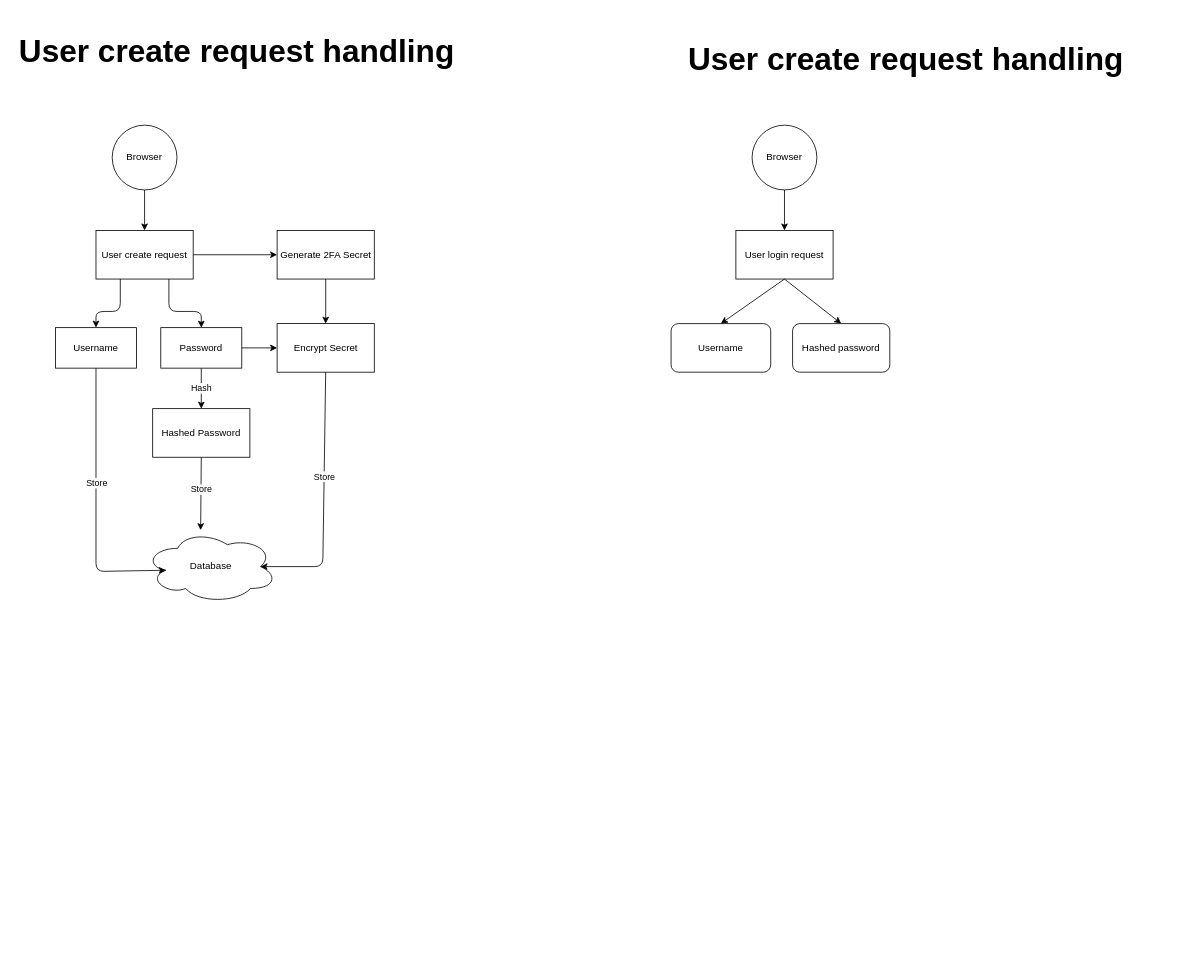
This is diagrams/CLIpher.drawio from sshcrack/diagrams.net, a draw.io file, before an edit. Source tidied: cells renumbered, new cells numbered last; positions are measured from the earlier drawing's top-left corner, leaving out a move shared by most shapes. Both pictures are drawn from the tidied source at 81%, with x=0, y=0 at pixel (14, 19).
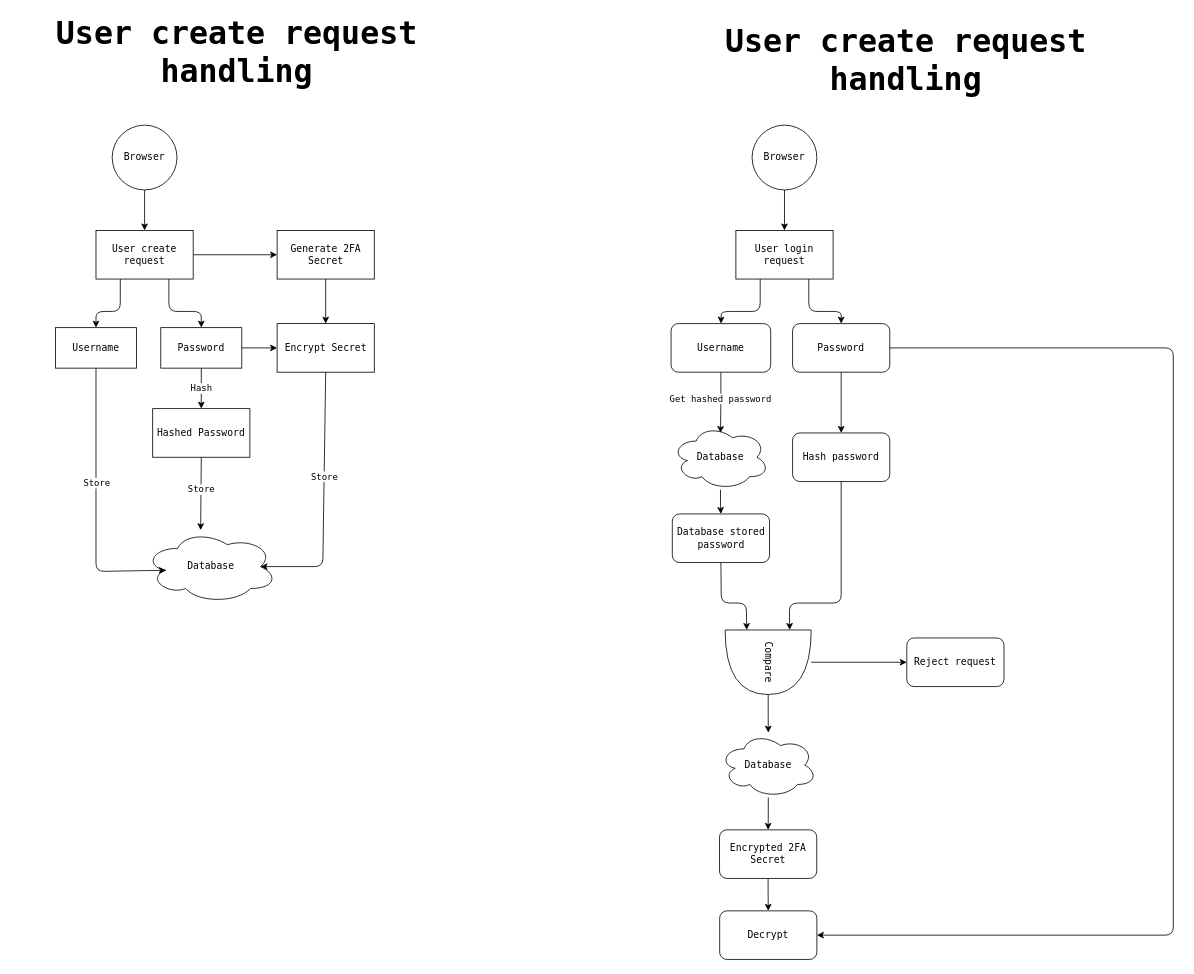
The same page after the edit.

The edit, as a diff of the source:
```diff
@@
-    <mxCell id="2" value="User create request" style="whiteSpace=wrap;html=1;" parent="1" vertex="1">
+    <mxCell id="2" value="User create request" style="whiteSpace=wrap;html=1;fontFamily=Lucida Console;" parent="1" vertex="1">
       <mxGeometry x="101" y="260" width="120" height="60" as="geometry" />
     </mxCell>
-    <mxCell id="3" style="endArrow=classic;html=1;exitX=0.5;exitY=1;exitDx=0;exitDy=0;" parent="1" edge="1" target="2">
+    <mxCell id="3" style="endArrow=classic;html=1;exitX=0.5;exitY=1;exitDx=0;exitDy=0;fontFamily=Lucida Console;" parent="1" edge="1" target="2">
       <mxGeometry relative="1" as="geometry">
         <mxPoint x="161" y="210" as="sourcePoint" />
       </mxGeometry>
     </mxCell>
-    <mxCell id="4" value="Generate 2FA Secret" style="whiteSpace=wrap;html=1;" parent="1" vertex="1">
+    <mxCell id="4" value="Generate 2FA Secret" style="whiteSpace=wrap;html=1;fontFamily=Lucida Console;" parent="1" vertex="1">
       <mxGeometry x="324.6" y="260" width="120" height="60" as="geometry" />
     </mxCell>
-    <mxCell id="5" style="endArrow=classic;html=1;exitX=1;exitY=0.5;exitDx=0;exitDy=0;entryX=0;entryY=0.5;entryDx=0;entryDy=0;" parent="1" edge="1" source="2" target="4">
+    <mxCell id="5" style="endArrow=classic;html=1;exitX=1;exitY=0.5;exitDx=0;exitDy=0;entryX=0;entryY=0.5;entryDx=0;entryDy=0;fontFamily=Lucida Console;" parent="1" edge="1" source="2" target="4">
       <mxGeometry relative="1" as="geometry" />
     </mxCell>
-    <mxCell id="6" value="Browser" style="ellipse;whiteSpace=wrap;html=1;" parent="1" vertex="1">
+    <mxCell id="6" value="Browser" style="ellipse;whiteSpace=wrap;html=1;fontFamily=Lucida Console;" parent="1" vertex="1">
       <mxGeometry x="121" y="130" width="80" height="80" as="geometry" />
     </mxCell>
-    <mxCell id="7" value="Encrypt Secret" style="whiteSpace=wrap;html=1;" parent="1" vertex="1">
+    <mxCell id="7" value="Encrypt Secret" style="whiteSpace=wrap;html=1;fontFamily=Lucida Console;" parent="1" vertex="1">
       <mxGeometry x="324.6" y="375" width="120" height="60" as="geometry" />
     </mxCell>
-    <mxCell id="8" value="Database" style="ellipse;shape=cloud;whiteSpace=wrap;html=1;" parent="1" vertex="1">
+    <mxCell id="8" value="Database" style="ellipse;shape=cloud;whiteSpace=wrap;html=1;fontFamily=Lucida Console;" parent="1" vertex="1">
       <mxGeometry x="161" y="630" width="163.6" height="90" as="geometry" />
     </mxCell>
-    <mxCell id="9" style="endArrow=classic;html=1;exitX=0.5;exitY=1;exitDx=0;exitDy=0;entryX=0.5;entryY=0;entryDx=0;entryDy=0;" parent="1" edge="1" source="4" target="7">
+    <mxCell id="9" style="endArrow=classic;html=1;exitX=0.5;exitY=1;exitDx=0;exitDy=0;entryX=0.5;entryY=0;entryDx=0;entryDy=0;fontFamily=Lucida Console;" parent="1" edge="1" source="4" target="7">
       <mxGeometry relative="1" as="geometry" />
     </mxCell>
-    <mxCell id="10" value="Hash" style="edgeStyle=orthogonalEdgeStyle;jettySize=auto;html=1;" parent="1" edge="1" source="11" target="20">
+    <mxCell id="10" value="Hash" style="edgeStyle=orthogonalEdgeStyle;jettySize=auto;html=1;fontFamily=Lucida Console;" parent="1" edge="1" source="11" target="20">
       <mxGeometry relative="1" as="geometry" />
     </mxCell>
-    <mxCell id="11" value="Password" style="whiteSpace=wrap;html=1;" parent="1" vertex="1">
+    <mxCell id="11" value="Password" style="whiteSpace=wrap;html=1;fontFamily=Lucida Console;" parent="1" vertex="1">
       <mxGeometry x="181" y="380" width="100" height="50" as="geometry" />
     </mxCell>
-    <mxCell id="12" value="Username" style="whiteSpace=wrap;html=1;" parent="1" vertex="1">
+    <mxCell id="12" value="Username" style="whiteSpace=wrap;html=1;fontFamily=Lucida Console;" parent="1" vertex="1">
       <mxGeometry x="51" y="380" width="100" height="50" as="geometry" />
     </mxCell>
-    <mxCell id="13" style="endArrow=classic;html=1;exitX=0.25;exitY=1;exitDx=0;exitDy=0;entryX=0.5;entryY=0;entryDx=0;entryDy=0;" parent="1" edge="1" source="2" target="12">
+    <mxCell id="13" style="endArrow=classic;html=1;exitX=0.25;exitY=1;exitDx=0;exitDy=0;entryX=0.5;entryY=0;entryDx=0;entryDy=0;fontFamily=Lucida Console;" parent="1" edge="1" source="2" target="12">
       <mxGeometry relative="1" as="geometry">
         <Array as="points">
           <mxPoint x="131" y="360" />
           <mxPoint x="101" y="360" />
         </Array>
       </mxGeometry>
     </mxCell>
-    <mxCell id="14" style="endArrow=classic;html=1;exitX=0.75;exitY=1;exitDx=0;exitDy=0;entryX=0.5;entryY=0;entryDx=0;entryDy=0;" parent="1" edge="1" source="2" target="11">
+    <mxCell id="14" style="endArrow=classic;html=1;exitX=0.75;exitY=1;exitDx=0;exitDy=0;entryX=0.5;entryY=0;entryDx=0;entryDy=0;fontFamily=Lucida Console;" parent="1" edge="1" source="2" target="11">
       <mxGeometry relative="1" as="geometry">
         <Array as="points">
           <mxPoint x="191" y="360" />
           <mxPoint x="231" y="360" />
         </Array>
       </mxGeometry>
     </mxCell>
-    <mxCell id="15" style="endArrow=classic;html=1;exitX=1;exitY=0.5;exitDx=0;exitDy=0;entryX=0;entryY=0.5;entryDx=0;entryDy=0;" parent="1" edge="1" source="11" target="7">
+    <mxCell id="15" style="endArrow=classic;html=1;exitX=1;exitY=0.5;exitDx=0;exitDy=0;entryX=0;entryY=0.5;entryDx=0;entryDy=0;fontFamily=Lucida Console;" parent="1" edge="1" source="11" target="7">
       <mxGeometry relative="1" as="geometry" />
     </mxCell>
-    <mxCell id="16" style="endArrow=classic;html=1;exitX=0.5;exitY=1;exitDx=0;exitDy=0;entryX=0.16;entryY=0.55;entryDx=0;entryDy=0;entryPerimeter=0;" parent="1" edge="1" source="12" target="8">
+    <mxCell id="16" style="endArrow=classic;html=1;exitX=0.5;exitY=1;exitDx=0;exitDy=0;entryX=0.16;entryY=0.55;entryDx=0;entryDy=0;entryPerimeter=0;fontFamily=Lucida Console;" parent="1" edge="1" source="12" target="8">
       <mxGeometry relative="1" as="geometry">
         <Array as="points">
           <mxPoint x="101" y="681" />
         </Array>
       </mxGeometry>
     </mxCell>
-    <mxCell id="17" value="&lt;div&gt;Store&lt;/div&gt;" style="edgeLabel;html=1;align=center;verticalAlign=middle;" parent="16" vertex="1">
+    <mxCell id="17" value="&lt;div&gt;Store&lt;/div&gt;" style="edgeLabel;html=1;align=center;verticalAlign=middle;fontFamily=Lucida Console;" parent="16" vertex="1">
       <mxGeometry relative="1" as="geometry">
         <mxPoint y="-28" as="offset" />
       </mxGeometry>
     </mxCell>
-    <mxCell id="18" style="endArrow=classic;html=1;exitX=0.5;exitY=1;exitDx=0;exitDy=0;entryX=0.875;entryY=0.5;entryDx=0;entryDy=0;entryPerimeter=0;" parent="1" edge="1" source="7" target="8">
+    <mxCell id="18" style="endArrow=classic;html=1;exitX=0.5;exitY=1;exitDx=0;exitDy=0;entryX=0.875;entryY=0.5;entryDx=0;entryDy=0;entryPerimeter=0;fontFamily=Lucida Console;" parent="1" edge="1" source="7" target="8">
       <mxGeometry relative="1" as="geometry">
         <Array as="points">
           <mxPoint x="381" y="675" />
         </Array>
       </mxGeometry>
     </mxCell>
-    <mxCell id="19" value="&lt;div&gt;Store&lt;/div&gt;" style="edgeLabel;html=1;align=center;verticalAlign=middle;" parent="18" vertex="1">
+    <mxCell id="19" value="&lt;div&gt;Store&lt;/div&gt;" style="edgeLabel;html=1;align=center;verticalAlign=middle;fontFamily=Lucida Console;" parent="18" vertex="1">
       <mxGeometry relative="1" as="geometry">
         <mxPoint y="-29" as="offset" />
       </mxGeometry>
     </mxCell>
-    <mxCell id="20" value="Hashed Password" style="whiteSpace=wrap;html=1;" parent="1" vertex="1">
+    <mxCell id="20" value="Hashed Password" style="whiteSpace=wrap;html=1;fontFamily=Lucida Console;" parent="1" vertex="1">
       <mxGeometry x="171" y="480" width="120" height="60" as="geometry" />
     </mxCell>
-    <mxCell id="21" value="Store" style="endArrow=classic;html=1;" parent="1" edge="1">
+    <mxCell id="21" value="Store" style="endArrow=classic;html=1;fontFamily=Lucida Console;" parent="1" edge="1">
       <mxGeometry x="-0.11" relative="1" as="geometry">
         <mxPoint x="231" y="540" as="sourcePoint" />
         <mxPoint x="230.2" y="630" as="targetPoint" />
       </mxGeometry>
     </mxCell>
-    <mxCell id="22" value="&lt;font style=&quot;font-size: 39px&quot;&gt;&lt;b&gt;&lt;font style=&quot;font-size: 39px&quot;&gt;User create request handling&lt;br&gt;&lt;/font&gt;&lt;/b&gt;&lt;/font&gt;" style="text;html=1;strokeColor=none;fillColor=none;align=center;verticalAlign=middle;whiteSpace=wrap;rounded=0;" parent="1" vertex="1">
+    <mxCell id="22" value="&lt;font style=&quot;font-size: 39px&quot;&gt;&lt;b&gt;&lt;font style=&quot;font-size: 39px&quot;&gt;User create request handling&lt;br&gt;&lt;/font&gt;&lt;/b&gt;&lt;/font&gt;" style="text;html=1;strokeColor=none;fillColor=none;align=center;verticalAlign=middle;whiteSpace=wrap;rounded=0;fontFamily=Lucida Console;" parent="1" vertex="1">
       <mxGeometry width="550" height="80" as="geometry" />
     </mxCell>
-    <mxCell id="23" value="&lt;font style=&quot;font-size: 39px&quot;&gt;&lt;b&gt;&lt;font style=&quot;font-size: 39px&quot;&gt;User create request handling&lt;br&gt;&lt;/font&gt;&lt;/b&gt;&lt;/font&gt;" style="text;html=1;strokeColor=none;fillColor=none;align=center;verticalAlign=middle;whiteSpace=wrap;rounded=0;" parent="1" vertex="1">
+    <mxCell id="23" value="&lt;font style=&quot;font-size: 39px&quot;&gt;&lt;b&gt;&lt;font style=&quot;font-size: 39px&quot;&gt;User create request handling&lt;br&gt;&lt;/font&gt;&lt;/b&gt;&lt;/font&gt;" style="text;html=1;strokeColor=none;fillColor=none;align=center;verticalAlign=middle;whiteSpace=wrap;rounded=0;fontFamily=Lucida Console;" parent="1" vertex="1">
       <mxGeometry x="826" y="10" width="550" height="80" as="geometry" />
     </mxCell>
-    <mxCell id="24" value="&lt;div&gt;User login request&lt;/div&gt;" style="whiteSpace=wrap;html=1;" parent="1" vertex="1">
+    <mxCell id="24" value="&lt;div&gt;User login request&lt;/div&gt;" style="whiteSpace=wrap;html=1;fontFamily=Lucida Console;" parent="1" vertex="1">
       <mxGeometry x="891" y="260" width="120" height="60" as="geometry" />
     </mxCell>
-    <mxCell id="25" style="endArrow=classic;html=1;exitX=0.5;exitY=1;exitDx=0;exitDy=0;" parent="1" edge="1" target="24">
+    <mxCell id="25" style="endArrow=classic;html=1;exitX=0.5;exitY=1;exitDx=0;exitDy=0;fontFamily=Lucida Console;" parent="1" edge="1" target="24">
       <mxGeometry relative="1" as="geometry">
         <mxPoint x="951" y="210" as="sourcePoint" />
       </mxGeometry>
     </mxCell>
-    <mxCell id="26" value="Browser" style="ellipse;whiteSpace=wrap;html=1;" parent="1" vertex="1">
+    <mxCell id="26" value="Browser" style="ellipse;whiteSpace=wrap;html=1;fontFamily=Lucida Console;" parent="1" vertex="1">
       <mxGeometry x="911" y="130" width="80" height="80" as="geometry" />
     </mxCell>
+    <mxCell id="31" value="&lt;font&gt;Get hashed password&lt;/font&gt;" style="edgeStyle=orthogonalEdgeStyle;rounded=0;jettySize=auto;html=1;fontFamily=Lucida Console;entryX=0.5;entryY=0.125;entryDx=0;entryDy=0;entryPerimeter=0;" parent="1" edge="1" source="27" target="33">
+      <mxGeometry x="-0.13" relative="1" as="geometry" />
+    </mxCell>
-    <mxCell id="27" value="Username" style="rounded=1;whiteSpace=wrap;html=1;" parent="1" vertex="1">
+    <mxCell id="27" value="Username" style="rounded=1;whiteSpace=wrap;html=1;fontFamily=Lucida Console;" parent="1" vertex="1">
       <mxGeometry x="811" y="375" width="123" height="60" as="geometry" />
     </mxCell>
-    <mxCell id="28" value="Hashed password" style="rounded=1;whiteSpace=wrap;html=1;" parent="1" vertex="1">
+    <mxCell id="28" value="Password" style="rounded=1;whiteSpace=wrap;html=1;fontFamily=Lucida Console;" parent="1" vertex="1">
       <mxGeometry x="961" y="375" width="120" height="60" as="geometry" />
     </mxCell>
-    <mxCell id="29" style="endArrow=classic;html=1;exitX=0.5;exitY=1;exitDx=0;exitDy=0;entryX=0.5;entryY=0;entryDx=0;entryDy=0;" parent="1" edge="1" source="24" target="27">
-      <mxGeometry relative="1" as="geometry" />
+    <mxCell id="29" style="endArrow=classic;html=1;entryX=0.5;entryY=0;entryDx=0;entryDy=0;exitX=0.25;exitY=1;exitDx=0;exitDy=0;fontFamily=Lucida Console;" parent="1" edge="1" source="24" target="27">
+      <mxGeometry relative="1" as="geometry">
+        <Array as="points">
+          <mxPoint x="921" y="360" />
+          <mxPoint x="873" y="360" />
+        </Array>
+      </mxGeometry>
     </mxCell>
-    <mxCell id="30" style="endArrow=classic;html=1;exitX=0.5;exitY=1;exitDx=0;exitDy=0;entryX=0.5;entryY=0;entryDx=0;entryDy=0;" parent="1" edge="1" source="24" target="28">
-      <mxGeometry relative="1" as="geometry" />
+    <mxCell id="30" style="endArrow=classic;html=1;exitX=0.75;exitY=1;exitDx=0;exitDy=0;entryX=0.5;entryY=0;entryDx=0;entryDy=0;fontFamily=Lucida Console;" parent="1" edge="1" source="24" target="28">
+      <mxGeometry relative="1" as="geometry">
+        <Array as="points">
+          <mxPoint x="981" y="360" />
+          <mxPoint x="1021" y="360" />
+        </Array>
+      </mxGeometry>
     </mxCell>
+    <mxCell id="32" style="edgeStyle=orthogonalEdgeStyle;rounded=0;jettySize=auto;html=1;entryX=0.5;entryY=0;entryDx=0;entryDy=0;fontFamily=Lucida Console;" parent="1" edge="1" source="33" target="34">
+      <mxGeometry relative="1" as="geometry" />
+    </mxCell>
+    <mxCell id="33" value="Database" style="ellipse;shape=cloud;whiteSpace=wrap;html=1;fontFamily=Lucida Console;" parent="1" vertex="1">
+      <mxGeometry x="812" y="500" width="120" height="80" as="geometry" />
+    </mxCell>
+    <mxCell id="34" value="Database stored password" style="rounded=1;whiteSpace=wrap;html=1;fontFamily=Lucida Console;" parent="1" vertex="1">
+      <mxGeometry x="812.5" y="610" width="120" height="60" as="geometry" />
+    </mxCell>
+    <mxCell id="35" value="&lt;div&gt;&lt;br&gt;&lt;/div&gt;" style="edgeStyle=orthogonalEdgeStyle;rounded=0;jettySize=auto;html=1;fontFamily=Lucida Console;" parent="1" edge="1" source="36" target="44">
+      <mxGeometry relative="1" as="geometry" />
+    </mxCell>
+    <mxCell id="36" value="Compare" style="shape=or;whiteSpace=wrap;html=1;fontFamily=Lucida Console;rotation=90;" parent="1" vertex="1">
+      <mxGeometry x="891" y="740" width="79.7" height="106.2" as="geometry" />
+    </mxCell>
+    <mxCell id="37" style="endArrow=classic;html=1;fontFamily=Lucida Console;exitX=0.5;exitY=1;exitDx=0;exitDy=0;entryX=0;entryY=0.75;entryDx=0;entryDy=0;entryPerimeter=0;" parent="1" edge="1" source="34" target="36">
+      <mxGeometry relative="1" as="geometry">
+        <Array as="points">
+          <mxPoint x="873" y="720" />
+          <mxPoint x="904" y="720" />
+        </Array>
+      </mxGeometry>
+    </mxCell>
+    <mxCell id="38" style="endArrow=classic;html=1;fontFamily=Lucida Console;entryX=0;entryY=0.5;entryDx=0;entryDy=0;" parent="1" edge="1" source="36" target="39">
+      <mxGeometry relative="1" as="geometry" />
+    </mxCell>
+    <mxCell id="39" value="&lt;div&gt;Reject request&lt;br&gt;&lt;/div&gt;" style="rounded=1;whiteSpace=wrap;html=1;fontFamily=Lucida Console;" parent="1" vertex="1">
+      <mxGeometry x="1102" y="763.1" width="120" height="60" as="geometry" />
+    </mxCell>
+    <mxCell id="40" value="Hash password" style="rounded=1;whiteSpace=wrap;html=1;fontFamily=Lucida Console;" parent="1" vertex="1">
+      <mxGeometry x="961" y="510" width="120" height="60" as="geometry" />
+    </mxCell>
+    <mxCell id="41" style="endArrow=classic;html=1;fontFamily=Lucida Console;exitX=0.5;exitY=1;exitDx=0;exitDy=0;" parent="1" edge="1" source="28" target="40">
+      <mxGeometry relative="1" as="geometry" />
+    </mxCell>
+    <mxCell id="42" style="endArrow=classic;html=1;fontFamily=Lucida Console;exitX=0.5;exitY=1;exitDx=0;exitDy=0;entryX=0;entryY=0.25;entryDx=0;entryDy=0;entryPerimeter=0;" parent="1" edge="1" source="40" target="36">
+      <mxGeometry relative="1" as="geometry">
+        <Array as="points">
+          <mxPoint x="1021" y="720" />
+          <mxPoint x="957" y="720" />
+        </Array>
+      </mxGeometry>
+    </mxCell>
+    <mxCell id="43" style="edgeStyle=orthogonalEdgeStyle;rounded=0;jettySize=auto;html=1;entryX=0.5;entryY=0;entryDx=0;entryDy=0;fontFamily=Lucida Console;" parent="1" edge="1" source="44" target="46">
+      <mxGeometry relative="1" as="geometry" />
+    </mxCell>
+    <mxCell id="44" value="Database" style="ellipse;shape=cloud;whiteSpace=wrap;html=1;fontFamily=Lucida Console;" parent="1" vertex="1">
+      <mxGeometry x="871" y="880" width="120" height="80" as="geometry" />
+    </mxCell>
+    <mxCell id="45" style="edgeStyle=orthogonalEdgeStyle;rounded=0;jettySize=auto;html=1;fontFamily=Lucida Console;" parent="1" edge="1" source="46" target="48">
+      <mxGeometry relative="1" as="geometry" />
+    </mxCell>
+    <mxCell id="46" value="Encrypted 2FA Secret" style="rounded=1;whiteSpace=wrap;html=1;fontFamily=Lucida Console;" parent="1" vertex="1">
+      <mxGeometry x="870.8" y="1000" width="120" height="60" as="geometry" />
+    </mxCell>
+    <mxCell id="47" style="endArrow=classic;html=1;fontFamily=Lucida Console;exitX=1;exitY=0.5;exitDx=0;exitDy=0;entryX=1;entryY=0.5;entryDx=0;entryDy=0;" parent="1" edge="1" source="28" target="48">
+      <mxGeometry relative="1" as="geometry">
+        <Array as="points">
+          <mxPoint x="1431" y="405" />
+          <mxPoint x="1431" y="1130" />
+        </Array>
+      </mxGeometry>
+    </mxCell>
+    <mxCell id="48" value="Decrypt" style="rounded=1;whiteSpace=wrap;html=1;fontFamily=Lucida Console;" parent="1" vertex="1">
+      <mxGeometry x="871" y="1100" width="120" height="60" as="geometry" />
+    </mxCell>
```
